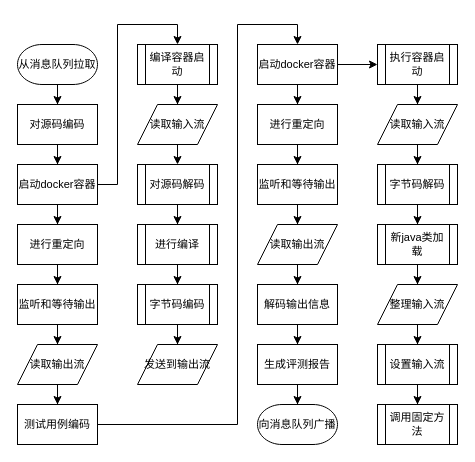
Above: page "第 5 页" (6 of 8) of 程序流程图.drawio in 2302680972/lighteny_diagrams (draw.io), before the change. Source tidied: cells renumbered, new cells numbered last; positions are measured from the earlier drawing's top-left corner, leaving out a move shared by most shapes. Both pictures are drawn from the tidied source at 100%, with x=0, y=0 at pixel (17, 24).
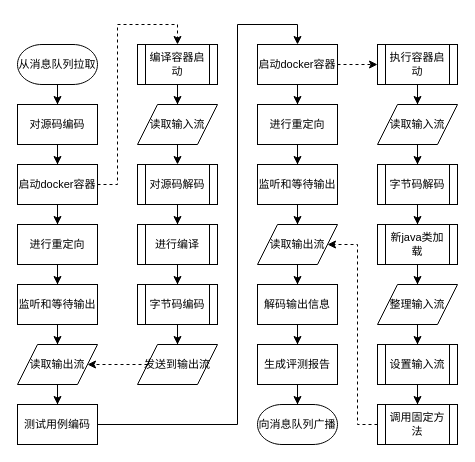
The same page after the edit.

Unchanged cells that the change refers to:
```xml
<mxCell id="8" value="启动docker容器" style="rounded=0;whiteSpace=wrap;html=1;strokeWidth=1;fontSize=11;" parent="1" vertex="1">
  <mxGeometry y="140" width="80" height="40" as="geometry" />
</mxCell>
<mxCell id="12" value="编译容器启动" style="shape=process;whiteSpace=wrap;html=1;backgroundOutline=1;strokeWidth=1;fontSize=11;" parent="1" vertex="1">
  <mxGeometry x="120" y="20" width="80" height="40" as="geometry" />
</mxCell>
<mxCell id="23" value="发送到输出流" style="shape=parallelogram;perimeter=parallelogramPerimeter;whiteSpace=wrap;html=1;fixedSize=1;strokeWidth=1;fontSize=11;" parent="1" vertex="1">
  <mxGeometry x="120" y="320" width="80" height="40" as="geometry" />
</mxCell>
<mxCell id="26" value="读取输出流" style="shape=parallelogram;perimeter=parallelogramPerimeter;whiteSpace=wrap;html=1;fixedSize=1;strokeWidth=1;fontSize=11;" parent="1" vertex="1">
  <mxGeometry y="320" width="80" height="40" as="geometry" />
</mxCell>
<mxCell id="29" value="启动docker容器" style="rounded=0;whiteSpace=wrap;html=1;strokeWidth=1;fontSize=11;" parent="1" vertex="1">
  <mxGeometry x="240" y="20" width="80" height="40" as="geometry" />
</mxCell>
<mxCell id="36" value="读取输出流" style="shape=parallelogram;perimeter=parallelogramPerimeter;whiteSpace=wrap;html=1;fixedSize=1;strokeWidth=1;fontSize=11;" parent="1" vertex="1">
  <mxGeometry x="240" y="200" width="80" height="40" as="geometry" />
</mxCell>
<mxCell id="43" value="执行容器启动" style="shape=process;whiteSpace=wrap;html=1;backgroundOutline=1;strokeWidth=1;fontSize=11;" parent="1" vertex="1">
  <mxGeometry x="360" y="20" width="80" height="40" as="geometry" />
</mxCell>
<mxCell id="54" value="调用固定方法" style="shape=process;whiteSpace=wrap;html=1;backgroundOutline=1;strokeWidth=1;fontSize=11;" parent="1" vertex="1">
  <mxGeometry x="360" y="380" width="80" height="40" as="geometry" />
</mxCell>
```

Change to the diagram source:
```diff
@@
-    <mxCell id="7" style="edgeStyle=orthogonalEdgeStyle;rounded=0;jettySize=auto;html=1;entryX=0.5;entryY=0;entryDx=0;entryDy=0;strokeWidth=1;fontSize=11;" parent="1" edge="1" source="8" target="12">
+    <mxCell id="7" style="edgeStyle=orthogonalEdgeStyle;rounded=0;jettySize=auto;html=1;entryX=0.5;entryY=0;entryDx=0;entryDy=0;strokeWidth=1;fontSize=11;dashed=1;" parent="1" edge="1" source="8" target="12">
       <mxGeometry relative="1" as="geometry" />
     </mxCell>
@@
+    <mxCell id="55" style="edgeStyle=orthogonalEdgeStyle;rounded=0;jettySize=auto;html=1;dashed=1;" parent="1" edge="1" source="23" target="26">
+      <mxGeometry relative="1" as="geometry" />
+    </mxCell>
@@
-    <mxCell id="28" style="edgeStyle=orthogonalEdgeStyle;rounded=0;jettySize=auto;html=1;strokeWidth=1;fontSize=11;" parent="1" edge="1" source="29" target="43">
+    <mxCell id="28" style="edgeStyle=orthogonalEdgeStyle;rounded=0;jettySize=auto;html=1;strokeWidth=1;fontSize=11;dashed=1;" parent="1" edge="1" source="29" target="43">
       <mxGeometry relative="1" as="geometry" />
     </mxCell>
@@
+    <mxCell id="56" style="edgeStyle=orthogonalEdgeStyle;rounded=0;jettySize=auto;html=1;dashed=1;" parent="1" edge="1" source="54" target="36">
+      <mxGeometry relative="1" as="geometry">
+        <Array as="points">
+          <mxPoint x="340" y="400" />
+          <mxPoint x="340" y="220" />
+        </Array>
+      </mxGeometry>
+    </mxCell>
```
